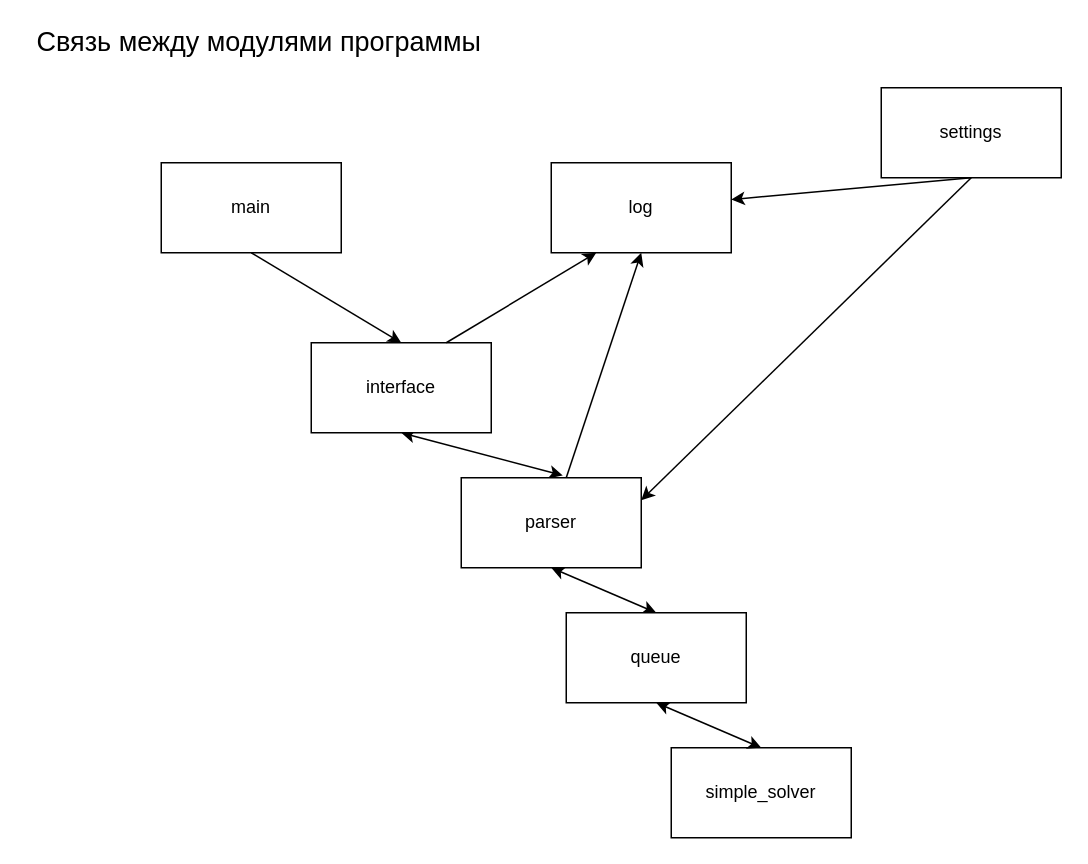
Before: modules.drawio in YegorFrolov/Calculate, a draw.io diagram. Source tidied: cells renumbered, new cells numbered last; positions are measured from the earlier drawing's top-left corner, leaving out a move shared by most shapes. Both pictures are drawn from the tidied source at 150%, with x=0, y=0 at pixel (26, 27).
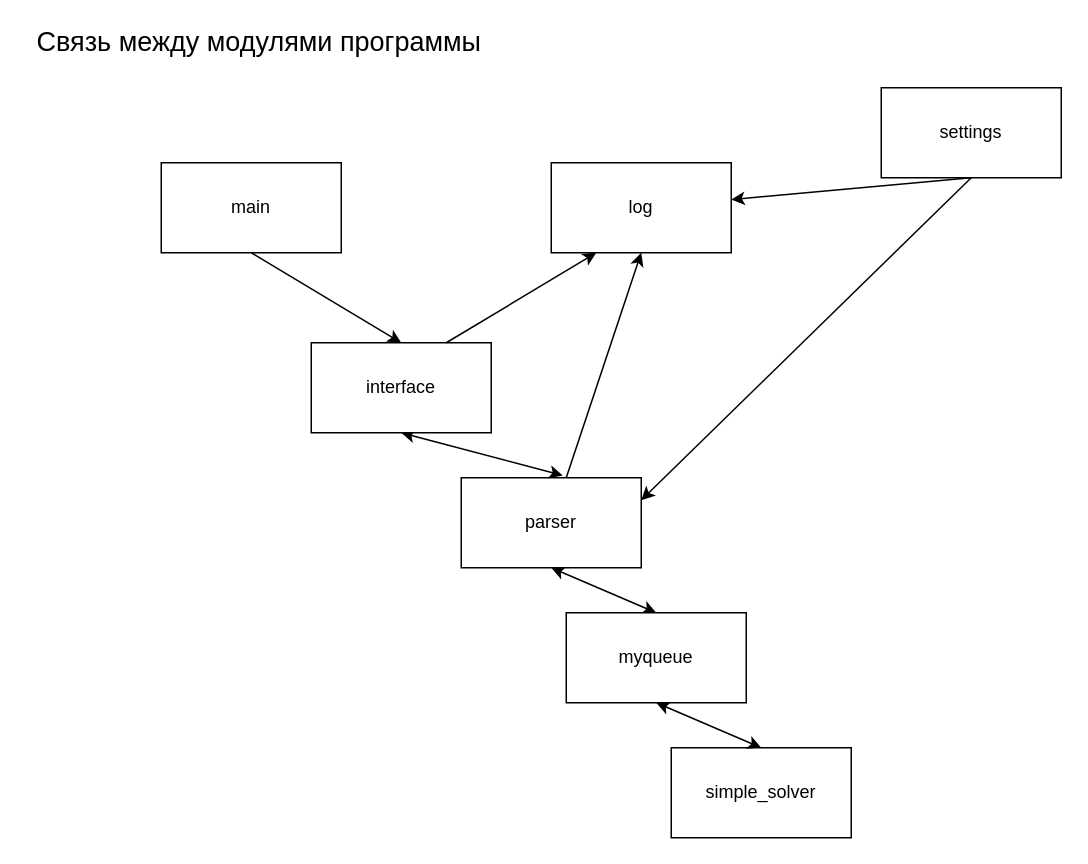
Above is the later version.

The edit, as a diff of the source:
```diff
@@
 <mxGraphModel>
   <root>
     <mxCell id="0" />
     <mxCell id="1" parent="0" />
     <mxCell id="2" style="edgeStyle=none;html=1;exitX=0.5;exitY=1;exitDx=0;exitDy=0;entryX=0.5;entryY=0;entryDx=0;entryDy=0;" parent="1" edge="1" source="3" target="5">
       <mxGeometry relative="1" as="geometry" />
     </mxCell>
     <mxCell id="3" value="main" style="rounded=0;whiteSpace=wrap;html=1;" parent="1" vertex="1">
       <mxGeometry x="90" y="90" width="120" height="60" as="geometry" />
     </mxCell>
     <mxCell id="4" style="edgeStyle=none;html=1;exitX=0.5;exitY=1;exitDx=0;exitDy=0;entryX=0.564;entryY=-0.026;entryDx=0;entryDy=0;entryPerimeter=0;startArrow=classic;startFill=1;" parent="1" edge="1" source="5" target="13">
       <mxGeometry relative="1" as="geometry" />
     </mxCell>
     <mxCell id="5" value="interface" style="rounded=0;whiteSpace=wrap;html=1;" parent="1" vertex="1">
       <mxGeometry x="190" y="210" width="120" height="60" as="geometry" />
     </mxCell>
     <mxCell id="6" style="edgeStyle=none;html=1;exitX=0.5;exitY=1;exitDx=0;exitDy=0;entryX=1;entryY=0.25;entryDx=0;entryDy=0;" parent="1" edge="1" source="8" target="13">
       <mxGeometry relative="1" as="geometry" />
     </mxCell>
     <mxCell id="7" style="edgeStyle=none;html=1;exitX=0.5;exitY=1;exitDx=0;exitDy=0;" parent="1" edge="1" source="8" target="11">
       <mxGeometry relative="1" as="geometry" />
     </mxCell>
     <mxCell id="8" value="settings" style="rounded=0;whiteSpace=wrap;html=1;" parent="1" vertex="1">
       <mxGeometry x="570" y="40" width="120" height="60" as="geometry" />
     </mxCell>
     <mxCell id="9" style="edgeStyle=none;html=1;exitX=0.25;exitY=1;exitDx=0;exitDy=0;entryX=0.75;entryY=0;entryDx=0;entryDy=0;endArrow=none;endFill=0;startArrow=classic;startFill=1;" parent="1" edge="1" source="11" target="5">
       <mxGeometry relative="1" as="geometry" />
     </mxCell>
     <mxCell id="10" style="edgeStyle=none;html=1;exitX=0.5;exitY=1;exitDx=0;exitDy=0;startArrow=classic;startFill=1;endArrow=none;endFill=0;" parent="1" edge="1" source="11" target="13">
       <mxGeometry relative="1" as="geometry" />
     </mxCell>
     <mxCell id="11" value="log" style="rounded=0;whiteSpace=wrap;html=1;" parent="1" vertex="1">
       <mxGeometry x="350" y="90" width="120" height="60" as="geometry" />
     </mxCell>
     <mxCell id="12" style="edgeStyle=none;html=1;exitX=0.5;exitY=1;exitDx=0;exitDy=0;entryX=0.5;entryY=0;entryDx=0;entryDy=0;startArrow=classic;startFill=1;" parent="1" edge="1" source="13" target="16">
       <mxGeometry relative="1" as="geometry" />
     </mxCell>
     <mxCell id="13" value="parser" style="rounded=0;whiteSpace=wrap;html=1;" parent="1" vertex="1">
       <mxGeometry x="290" y="300" width="120" height="60" as="geometry" />
     </mxCell>
     <mxCell id="14" value="simple_solver" style="rounded=0;whiteSpace=wrap;html=1;" parent="1" vertex="1">
       <mxGeometry x="430" y="480" width="120" height="60" as="geometry" />
     </mxCell>
     <mxCell id="15" style="edgeStyle=none;html=1;exitX=0.5;exitY=1;exitDx=0;exitDy=0;entryX=0.5;entryY=0;entryDx=0;entryDy=0;startArrow=classic;startFill=1;" parent="1" edge="1" source="16" target="14">
       <mxGeometry relative="1" as="geometry" />
     </mxCell>
-    <mxCell id="16" value="queue" style="rounded=0;whiteSpace=wrap;html=1;" parent="1" vertex="1">
+    <mxCell id="16" value="myqueue" style="rounded=0;whiteSpace=wrap;html=1;" parent="1" vertex="1">
       <mxGeometry x="360" y="390" width="120" height="60" as="geometry" />
     </mxCell>
     <mxCell id="17" value="&lt;font style=&quot;font-size: 18px&quot;&gt;Связь между модулями программы&lt;/font&gt;" style="text;html=1;align=center;verticalAlign=middle;fillColor=none;strokeColor=none;rounded=0;" parent="1" vertex="1">
       <mxGeometry width="310" height="20" as="geometry" />
     </mxCell>
   </root>
 </mxGraphModel>
```
